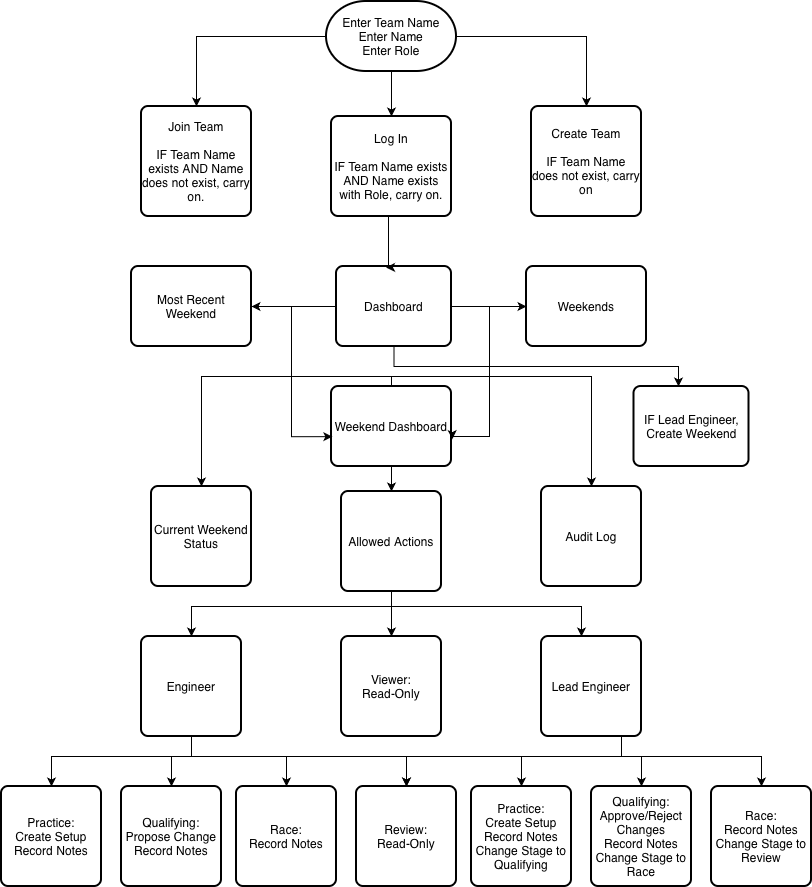
This is docs/workflow-diagram.drawio.png from jackBrierly/f1-race-weekend-workflow, a draw.io export, as it was before one commit. Source tidied: cells renumbered, new cells last; positions are measured from the earlier drawing's top-left corner, leaving out a move shared by most shapes.
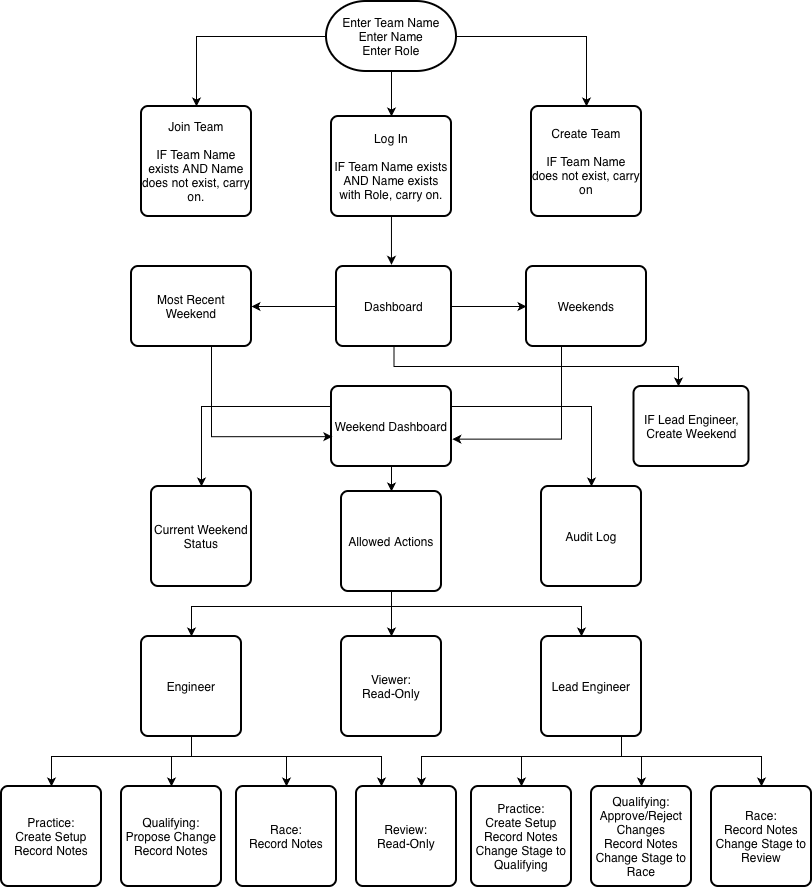
After the commit.

Diff of the diagram source:
```diff
@@ -29,15 +29,14 @@
     <mxCell id="10" style="edgeStyle=orthogonalEdgeStyle;rounded=0;jettySize=auto;html=1;" parent="1" edge="1" source="13" target="15">
       <mxGeometry relative="1" as="geometry">
         <Array as="points">
-          <mxPoint x="200" y="375" />
+          <mxPoint x="200" y="405" />
         </Array>
       </mxGeometry>
     </mxCell>
     <mxCell id="11" style="edgeStyle=orthogonalEdgeStyle;rounded=0;jettySize=auto;html=1;entryX=0.5;entryY=0;entryDx=0;entryDy=0;" parent="1" edge="1" source="13" target="14">
       <mxGeometry relative="1" as="geometry">
         <Array as="points">
-          <mxPoint x="590" y="375" />
-          <mxPoint x="590" y="485" />
+          <mxPoint x="590" y="405" />
         </Array>
       </mxGeometry>
     </mxCell>
@@ -87,7 +86,7 @@
       <mxGeometry relative="1" as="geometry">
         <Array as="points">
           <mxPoint x="190" y="755" />
-          <mxPoint x="405" y="755" />
+          <mxPoint x="380" y="755" />
         </Array>
       </mxGeometry>
     </mxCell>
@@ -137,7 +136,7 @@
       <mxGeometry relative="1" as="geometry">
         <Array as="points">
           <mxPoint x="620" y="755" />
-          <mxPoint x="405" y="755" />
+          <mxPoint x="420" y="755" />
         </Array>
       </mxGeometry>
     </mxCell>
@@ -192,28 +191,25 @@
     <mxCell id="43" value="Most Recent Weekend" style="rounded=1;whiteSpace=wrap;html=1;absoluteArcSize=1;arcSize=14;strokeWidth=2;" parent="1" vertex="1">
       <mxGeometry x="130" y="265" width="120" height="80" as="geometry" />
     </mxCell>
-    <mxCell id="44" style="edgeStyle=orthogonalEdgeStyle;rounded=0;jettySize=auto;html=1;entryX=0.431;entryY=0.013;entryDx=0;entryDy=0;entryPerimeter=0;" parent="1" edge="1" source="4" target="42">
-      <mxGeometry relative="1" as="geometry">
-        <Array as="points">
-          <mxPoint x="387" y="240" />
-          <mxPoint x="387" y="240" />
-        </Array>
-      </mxGeometry>
-    </mxCell>
     <mxCell id="45" style="edgeStyle=orthogonalEdgeStyle;rounded=0;jettySize=auto;html=1;entryX=0.007;entryY=0.627;entryDx=0;entryDy=0;entryPerimeter=0;" parent="1" edge="1" source="43" target="13">
-      <mxGeometry relative="1" as="geometry" />
+      <mxGeometry relative="1" as="geometry">
+        <Array as="points">
+          <mxPoint x="210" y="435" />
+        </Array>
+      </mxGeometry>
     </mxCell>
     <mxCell id="46" style="edgeStyle=orthogonalEdgeStyle;rounded=0;jettySize=auto;html=1;entryX=1.007;entryY=0.658;entryDx=0;entryDy=0;entryPerimeter=0;" parent="1" edge="1" source="38" target="13">
       <mxGeometry relative="1" as="geometry">
         <Array as="points">
-          <mxPoint x="488" y="305" />
-          <mxPoint x="488" y="435" />
-          <mxPoint x="451" y="435" />
+          <mxPoint x="560" y="438" />
         </Array>
       </mxGeometry>
     </mxCell>
     <mxCell id="47" value="IF Lead Engineer, Create Weekend" style="rounded=1;whiteSpace=wrap;html=1;absoluteArcSize=1;arcSize=14;strokeWidth=2;" parent="1" vertex="1">
       <mxGeometry x="632.5" y="385" width="115" height="80" as="geometry" />
     </mxCell>
+    <mxCell id="44" style="edgeStyle=orthogonalEdgeStyle;rounded=0;jettySize=auto;html=1;entryX=0.478;entryY=-0.021;entryDx=0;entryDy=0;entryPerimeter=0;" parent="1" edge="1" source="4" target="42">
+      <mxGeometry relative="1" as="geometry" />
+    </mxCell>
   </root>
 </mxGraphModel>
```
